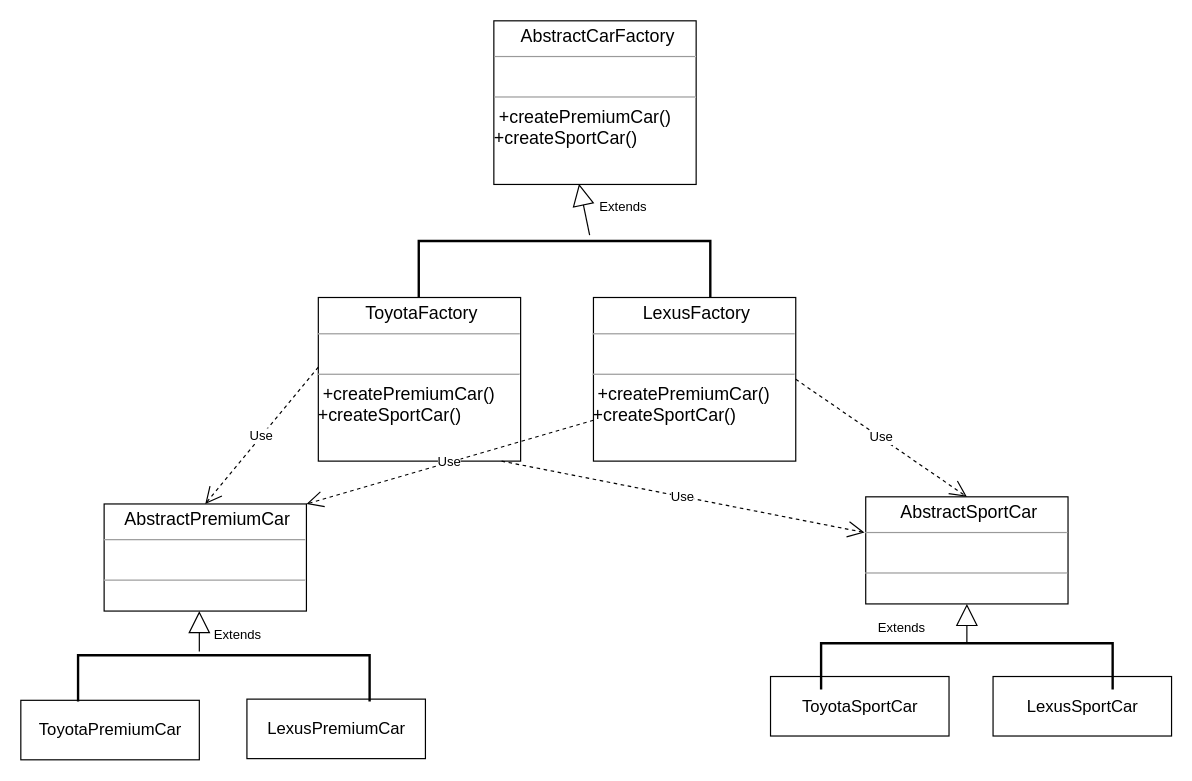
This is creational/abstract-factory/abs-factory.drawio from MaksShadows/Patterns, a draw.io file, before an edit. Source tidied: cells renumbered, new cells numbered last; positions are measured from the earlier drawing's top-left corner, leaving out a move shared by most shapes. Both pictures are drawn from the tidied source at 119%, with x=0, y=0 at pixel (20, 20).
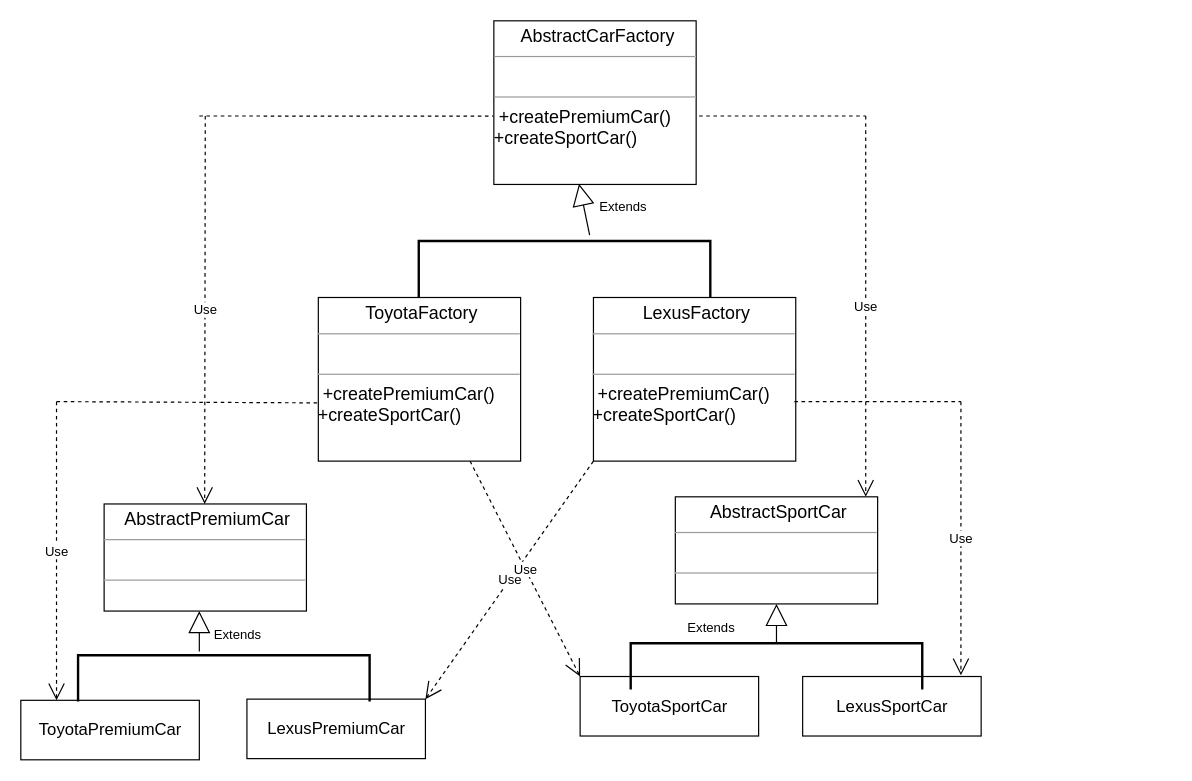
Above is the later version.

Unchanged cells that the change refers to:
```xml
<mxCell id="3" value="&lt;p style=&quot;margin: 4px 0px 0px ; text-align: center&quot;&gt;&lt;font&gt;&lt;span style=&quot;font-size: 15px&quot;&gt;&amp;nbsp;&lt;/span&gt;&lt;/font&gt;&lt;span style=&quot;font-size: 15px&quot;&gt;ToyotaFactory&lt;/span&gt;&lt;/p&gt;&lt;hr size=&quot;1&quot; style=&quot;font-size: 15px&quot;&gt;&lt;p style=&quot;margin: 0px 0px 0px 4px ; font-size: 15px&quot;&gt;&lt;font style=&quot;font-size: 15px&quot;&gt;&lt;br&gt;&lt;/font&gt;&lt;/p&gt;&lt;hr size=&quot;1&quot; style=&quot;font-size: 15px&quot;&gt;&lt;p style=&quot;margin: 0px 0px 0px 4px ; font-size: 15px&quot;&gt;&lt;/p&gt;&lt;span style=&quot;text-align: justify&quot;&gt;&lt;font&gt;&lt;span style=&quot;font-size: 15px&quot;&gt;&amp;nbsp;+createPremiumCar&lt;/span&gt;&lt;span style=&quot;font-size: 15px&quot;&gt;()&lt;/span&gt;&lt;br&gt;&lt;/font&gt;&lt;span style=&quot;font-size: 15px&quot;&gt;+createSportCar()&lt;/span&gt;&lt;br&gt;&lt;/span&gt;" style="verticalAlign=top;align=left;overflow=fill;fontSize=12;fontFamily=Helvetica;html=1;" parent="1" vertex="1">
  <mxGeometry x="250" y="232.5" width="170" height="137.5" as="geometry" />
</mxCell>
<mxCell id="5" value="&lt;p style=&quot;margin: 4px 0px 0px ; text-align: center&quot;&gt;&lt;font&gt;&lt;span style=&quot;font-size: 15px&quot;&gt;&amp;nbsp;&lt;/span&gt;&lt;/font&gt;&lt;span style=&quot;font-size: 15px&quot;&gt;LexusFactory&lt;/span&gt;&lt;/p&gt;&lt;hr size=&quot;1&quot; style=&quot;font-size: 15px&quot;&gt;&lt;p style=&quot;margin: 0px 0px 0px 4px ; font-size: 15px&quot;&gt;&lt;font style=&quot;font-size: 15px&quot;&gt;&lt;br&gt;&lt;/font&gt;&lt;/p&gt;&lt;hr size=&quot;1&quot; style=&quot;font-size: 15px&quot;&gt;&lt;p style=&quot;margin: 0px 0px 0px 4px ; font-size: 15px&quot;&gt;&lt;/p&gt;&lt;span style=&quot;text-align: justify&quot;&gt;&lt;font&gt;&lt;span style=&quot;font-size: 15px&quot;&gt;&amp;nbsp;+createPremiumCar&lt;/span&gt;&lt;span style=&quot;font-size: 15px&quot;&gt;()&lt;/span&gt;&lt;br&gt;&lt;/font&gt;&lt;span style=&quot;font-size: 15px&quot;&gt;+createSportCar()&lt;/span&gt;&lt;br&gt;&lt;/span&gt;" style="verticalAlign=top;align=left;overflow=fill;fontSize=12;fontFamily=Helvetica;html=1;" parent="1" vertex="1">
  <mxGeometry x="481.2" y="232.5" width="170" height="137.5" as="geometry" />
</mxCell>
<mxCell id="6" value="&lt;p style=&quot;margin: 4px 0px 0px ; text-align: center&quot;&gt;&lt;font&gt;&lt;span style=&quot;font-size: 15px&quot;&gt;&amp;nbsp;&lt;/span&gt;&lt;/font&gt;&lt;span style=&quot;font-size: 15px&quot;&gt;AbstractCarFactory&lt;/span&gt;&lt;/p&gt;&lt;hr size=&quot;1&quot; style=&quot;font-size: 15px&quot;&gt;&lt;p style=&quot;margin: 0px 0px 0px 4px ; font-size: 15px&quot;&gt;&lt;font style=&quot;font-size: 15px&quot;&gt;&lt;br&gt;&lt;/font&gt;&lt;/p&gt;&lt;hr size=&quot;1&quot; style=&quot;font-size: 15px&quot;&gt;&lt;p style=&quot;margin: 0px 0px 0px 4px ; font-size: 15px&quot;&gt;&lt;/p&gt;&lt;span style=&quot;text-align: justify&quot;&gt;&lt;font&gt;&lt;span style=&quot;font-size: 15px&quot;&gt;&amp;nbsp;+createPremiumCar&lt;/span&gt;&lt;span style=&quot;font-size: 15px&quot;&gt;()&lt;/span&gt;&lt;br&gt;&lt;/font&gt;&lt;span style=&quot;font-size: 15px&quot;&gt;+createSportCar()&lt;/span&gt;&lt;br&gt;&lt;/span&gt;" style="verticalAlign=top;align=left;overflow=fill;fontSize=12;fontFamily=Helvetica;html=1;" parent="1" vertex="1">
  <mxGeometry x="397.5" width="170" height="137.5" as="geometry" />
</mxCell>
<mxCell id="7" value="&lt;p style=&quot;margin: 4px 0px 0px ; text-align: center&quot;&gt;&lt;font&gt;&lt;span style=&quot;font-size: 15px&quot;&gt;&amp;nbsp;&lt;/span&gt;&lt;/font&gt;&lt;span style=&quot;font-size: 15px&quot;&gt;AbstractPremiumCar&lt;/span&gt;&lt;/p&gt;&lt;hr size=&quot;1&quot; style=&quot;font-size: 15px&quot;&gt;&lt;p style=&quot;margin: 0px 0px 0px 4px ; font-size: 15px&quot;&gt;&lt;font style=&quot;font-size: 15px&quot;&gt;&lt;br&gt;&lt;/font&gt;&lt;/p&gt;&lt;hr size=&quot;1&quot; style=&quot;font-size: 15px&quot;&gt;&lt;p style=&quot;margin: 0px 0px 0px 4px ; font-size: 15px&quot;&gt;&lt;/p&gt;&lt;span style=&quot;text-align: justify&quot;&gt;&lt;font&gt;&lt;span style=&quot;font-size: 15px&quot;&gt;&amp;nbsp;&lt;/span&gt;&lt;/font&gt;&lt;br&gt;&lt;/span&gt;" style="verticalAlign=top;align=left;overflow=fill;fontSize=12;fontFamily=Helvetica;html=1;" parent="1" vertex="1">
  <mxGeometry x="70" y="406" width="170" height="90" as="geometry" />
</mxCell>
<mxCell id="10" value="&lt;font style=&quot;font-size: 14px&quot;&gt;LexusPremiumCar&lt;/font&gt;" style="html=1;" parent="1" vertex="1">
  <mxGeometry x="190" y="570" width="150" height="50" as="geometry" />
</mxCell>
```

Change to the diagram source:
```diff
@@
     <mxCell id="8" value="&lt;p style=&quot;margin: 4px 0px 0px ; text-align: center&quot;&gt;&lt;font&gt;&lt;span style=&quot;font-size: 15px&quot;&gt;&amp;nbsp;&lt;/span&gt;&lt;/font&gt;&lt;span style=&quot;font-size: 15px&quot;&gt;AbstractSportCar&lt;/span&gt;&lt;/p&gt;&lt;hr size=&quot;1&quot; style=&quot;font-size: 15px&quot;&gt;&lt;p style=&quot;margin: 0px 0px 0px 4px ; font-size: 15px&quot;&gt;&lt;font style=&quot;font-size: 15px&quot;&gt;&lt;br&gt;&lt;/font&gt;&lt;/p&gt;&lt;hr size=&quot;1&quot; style=&quot;font-size: 15px&quot;&gt;&lt;p style=&quot;margin: 0px 0px 0px 4px ; font-size: 15px&quot;&gt;&lt;/p&gt;&lt;span style=&quot;text-align: justify&quot;&gt;&lt;font&gt;&lt;span style=&quot;font-size: 15px&quot;&gt;&amp;nbsp;&lt;/span&gt;&lt;/font&gt;&lt;br&gt;&lt;/span&gt;" style="verticalAlign=top;align=left;overflow=fill;fontSize=12;fontFamily=Helvetica;html=1;" parent="1" vertex="1">
-      <mxGeometry x="710" y="400" width="170" height="90" as="geometry" />
+      <mxGeometry x="550" y="400" width="170" height="90" as="geometry" />
     </mxCell>
@@
     <mxCell id="11" value="&lt;font style=&quot;font-size: 14px&quot;&gt;ToyotaSportCar&lt;/font&gt;" style="html=1;" parent="1" vertex="1">
-      <mxGeometry x="630" y="551" width="150" height="50" as="geometry" />
+      <mxGeometry x="470" y="551" width="150" height="50" as="geometry" />
     </mxCell>
     <mxCell id="12" value="&lt;font style=&quot;font-size: 14px&quot;&gt;LexusSportCar&lt;/font&gt;" style="html=1;" parent="1" vertex="1">
-      <mxGeometry x="817" y="551" width="150" height="50" as="geometry" />
+      <mxGeometry x="657" y="551" width="150" height="50" as="geometry" />
     </mxCell>
@@
     <mxCell id="16" style="strokeWidth=2;html=1;shape=mxgraph.flowchart.annotation_1;align=left;rotation=90;" parent="1" vertex="1">
-      <mxGeometry x="775.6" y="420" width="38.8" height="245" as="geometry" />
+      <mxGeometry x="615.6" y="420" width="38.8" height="245" as="geometry" />
     </mxCell>
-    <mxCell id="17" value="Use" style="endArrow=open;endSize=12;dashed=1;html=1;exitX=0;exitY=0.425;exitDx=0;exitDy=0;exitPerimeter=0;entryX=0.5;entryY=0;entryDx=0;entryDy=0;" parent="1" edge="1" source="3" target="7">
-      <mxGeometry relative="1" as="geometry" />
+    <mxCell id="17" value="Use" style="endArrow=open;endSize=12;dashed=1;html=1;" parent="1" edge="1">
+      <mxGeometry relative="1" as="geometry">
+        <mxPoint x="30" y="320" as="sourcePoint" />
+        <mxPoint x="30" y="571" as="targetPoint" />
+      </mxGeometry>
     </mxCell>
-    <mxCell id="18" value="Use" style="endArrow=open;endSize=12;dashed=1;html=1;exitX=0;exitY=0.75;exitDx=0;exitDy=0;entryX=1;entryY=0;entryDx=0;entryDy=0;" parent="1" edge="1" source="5" target="7">
+    <mxCell id="18" value="Use" style="endArrow=open;endSize=12;dashed=1;html=1;exitX=0;exitY=1;exitDx=0;exitDy=0;entryX=1;entryY=0;entryDx=0;entryDy=0;" parent="1" edge="1" source="5" target="10">
       <mxGeometry relative="1" as="geometry" />
     </mxCell>
-    <mxCell id="19" value="Use" style="endArrow=open;endSize=12;dashed=1;html=1;exitX=1;exitY=0.5;exitDx=0;exitDy=0;entryX=0.5;entryY=0;entryDx=0;entryDy=0;" parent="1" edge="1" source="5" target="8">
-      <mxGeometry relative="1" as="geometry" />
+    <mxCell id="19" value="Use" style="endArrow=open;endSize=12;dashed=1;html=1;" parent="1" edge="1">
+      <mxGeometry relative="1" as="geometry">
+        <mxPoint x="790" y="320" as="sourcePoint" />
+        <mxPoint x="790" y="550" as="targetPoint" />
+      </mxGeometry>
     </mxCell>
-    <mxCell id="20" value="Use" style="endArrow=open;endSize=12;dashed=1;html=1;exitX=1;exitY=0.5;exitDx=0;exitDy=0;entryX=-0.006;entryY=0.333;entryDx=0;entryDy=0;entryPerimeter=0;" parent="1" edge="1" target="8">
-      <mxGeometry relative="1" as="geometry">
-        <mxPoint x="404" y="370" as="sourcePoint" />
-      </mxGeometry>
+    <mxCell id="20" value="Use" style="endArrow=open;endSize=12;dashed=1;html=1;exitX=0.75;exitY=1;exitDx=0;exitDy=0;entryX=0;entryY=0;entryDx=0;entryDy=0;" parent="1" edge="1" source="3" target="11">
+      <mxGeometry relative="1" as="geometry" />
     </mxCell>
+    <mxCell id="21" style="endArrow=none;dashed=1;html=1;entryX=-0.006;entryY=0.644;entryDx=0;entryDy=0;entryPerimeter=0;" parent="1" edge="1" target="3">
+      <mxGeometry relative="1" as="geometry">
+        <mxPoint x="30" y="320" as="sourcePoint" />
+      </mxGeometry>
+    </mxCell>
+    <mxCell id="22" style="endArrow=none;dashed=1;html=1;exitX=0.993;exitY=0.636;exitDx=0;exitDy=0;exitPerimeter=0;" parent="1" edge="1" source="5">
+      <mxGeometry relative="1" as="geometry">
+        <mxPoint x="790" y="320" as="targetPoint" />
+      </mxGeometry>
+    </mxCell>
+    <mxCell id="23" value="Use" style="endArrow=open;endSize=12;dashed=1;html=1;" parent="1" edge="1">
+      <mxGeometry relative="1" as="geometry">
+        <mxPoint x="155" y="80" as="sourcePoint" />
+        <mxPoint x="154.5" y="406" as="targetPoint" />
+      </mxGeometry>
+    </mxCell>
+    <mxCell id="24" style="endArrow=none;dashed=1;html=1;entryX=-0.003;entryY=0.582;entryDx=0;entryDy=0;entryPerimeter=0;" parent="1" edge="1" target="6">
+      <mxGeometry relative="1" as="geometry">
+        <mxPoint x="150" y="80" as="sourcePoint" />
+      </mxGeometry>
+    </mxCell>
+    <mxCell id="25" value="Use" style="endArrow=open;endSize=12;dashed=1;html=1;" parent="1" edge="1">
+      <mxGeometry relative="1" as="geometry">
+        <mxPoint x="710" y="80" as="sourcePoint" />
+        <mxPoint x="710" y="400" as="targetPoint" />
+      </mxGeometry>
+    </mxCell>
+    <mxCell id="26" style="endArrow=none;dashed=1;html=1;" parent="1" edge="1">
+      <mxGeometry relative="1" as="geometry">
+        <mxPoint x="570" y="80" as="sourcePoint" />
+        <mxPoint x="710" y="80" as="targetPoint" />
+      </mxGeometry>
+    </mxCell>
```
